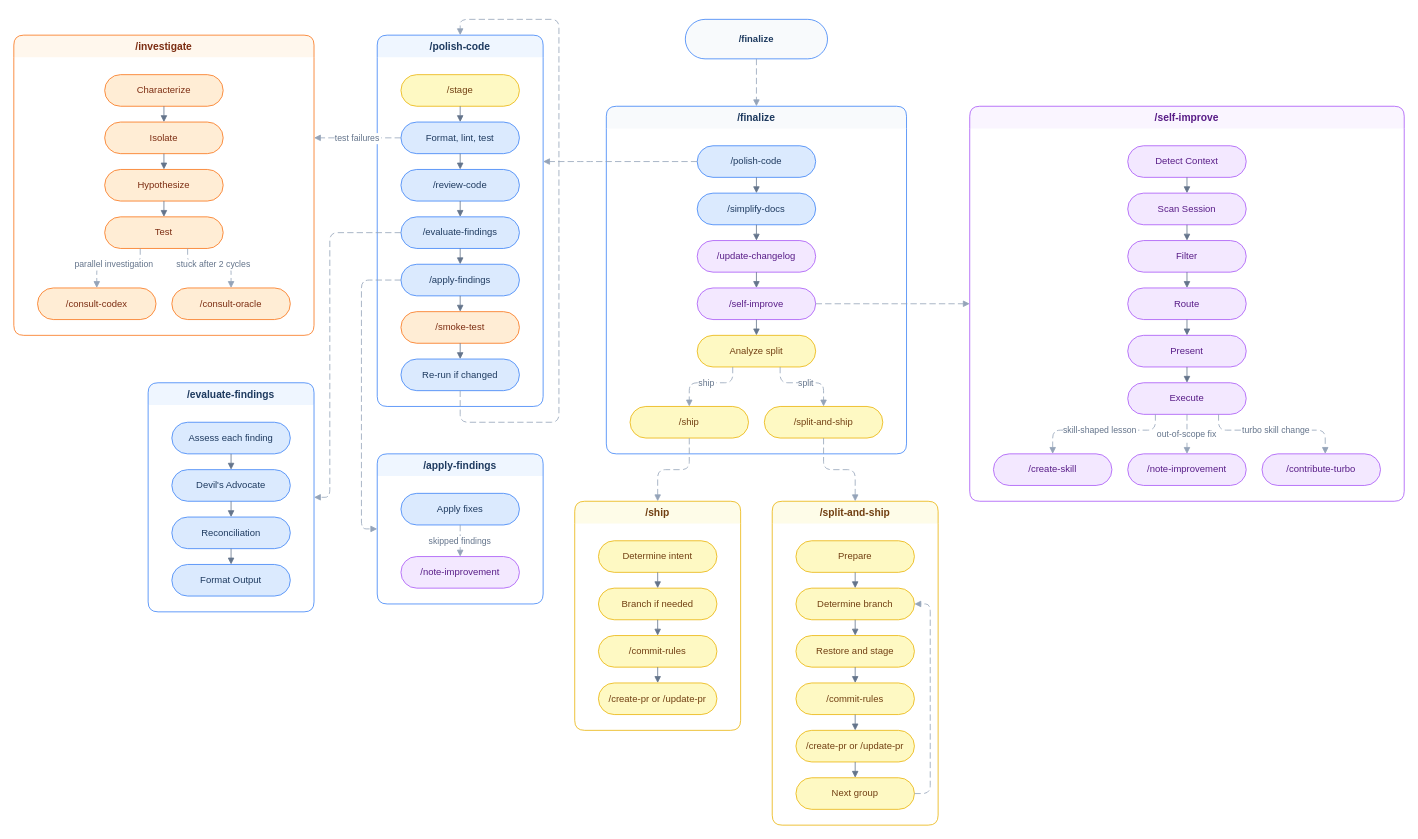
tobihagemann/turbo keeps this draw.io diagram as assets/how-finalize-connects.drawio. Above is the earlier version. Source tidied: cells renumbered, new cells numbered last; positions are measured from the earlier drawing's top-left corner, leaving out a move shared by most shapes. Both pictures are drawn from the tidied source at 79%, with x=0, y=0 at pixel (13, 19).
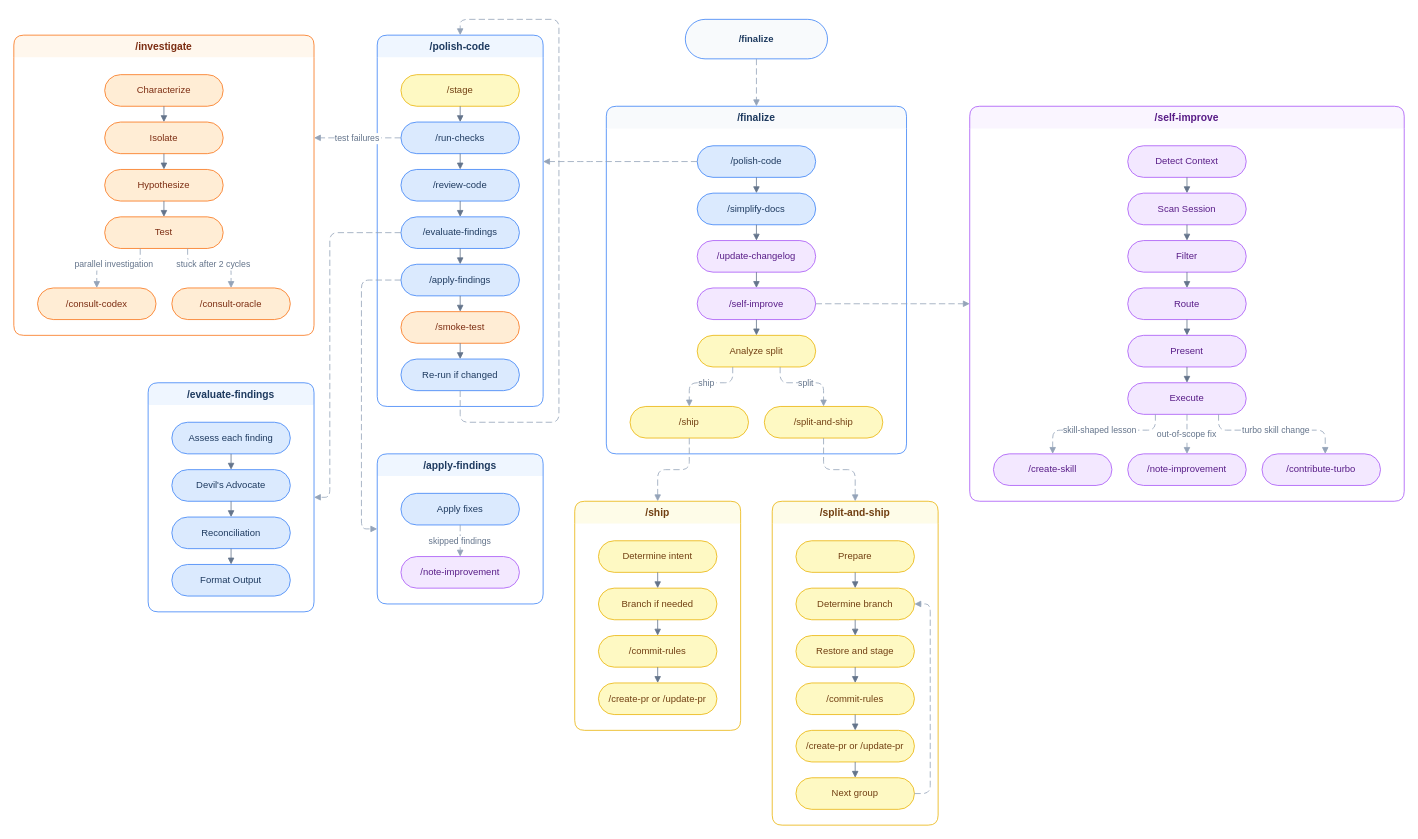
The same page after the edit.

The change refers to these unchanged cells:
```xml
<mxCell id="18" value="/polish-code" style="swimlane;startSize=28;rounded=1;fillColor=#eff6ff;strokeColor=#3b82f6;fontColor=#1e3a5f;fontStyle=1;fontSize=13;swimlaneLine=0;" parent="1" vertex="1">
  <mxGeometry x="460" y="20" width="210" height="470" as="geometry" />
</mxCell>
```

Change to the diagram source:
```diff
@@
-    <mxCell id="20" value="Format, lint, test" style="rounded=1;whiteSpace=wrap;html=1;arcSize=50;fillColor=#dbeafe;strokeColor=#3b82f6;fontColor=#1e3a5f;fontSize=12;" parent="18" vertex="1">
+    <mxCell id="20" value="/run-checks" style="rounded=1;whiteSpace=wrap;html=1;arcSize=50;fillColor=#dbeafe;strokeColor=#3b82f6;fontColor=#1e3a5f;fontSize=12;" parent="18" vertex="1">
       <mxGeometry x="30" y="110" width="150" height="40" as="geometry" />
     </mxCell>
```
